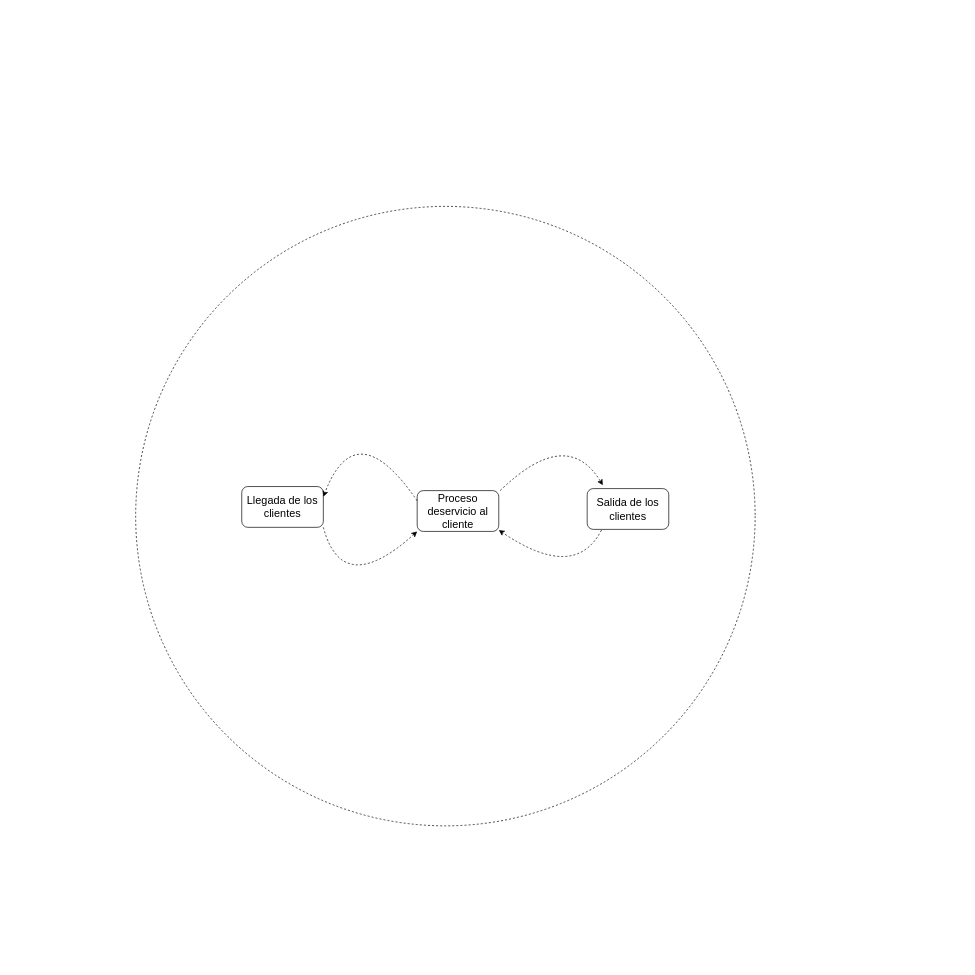
Above: page "Página-2" (2 of 2) of Diagrama sin título.drawio in EstebanGitPro/AdminFinanazas (draw.io), before the change. Source tidied: cells renumbered, new cells numbered last; positions are measured from the earlier drawing's top-left corner, leaving out a move shared by most shapes. Both pictures are drawn from the tidied source at 68%, with x=0, y=0 at pixel (135, 206).
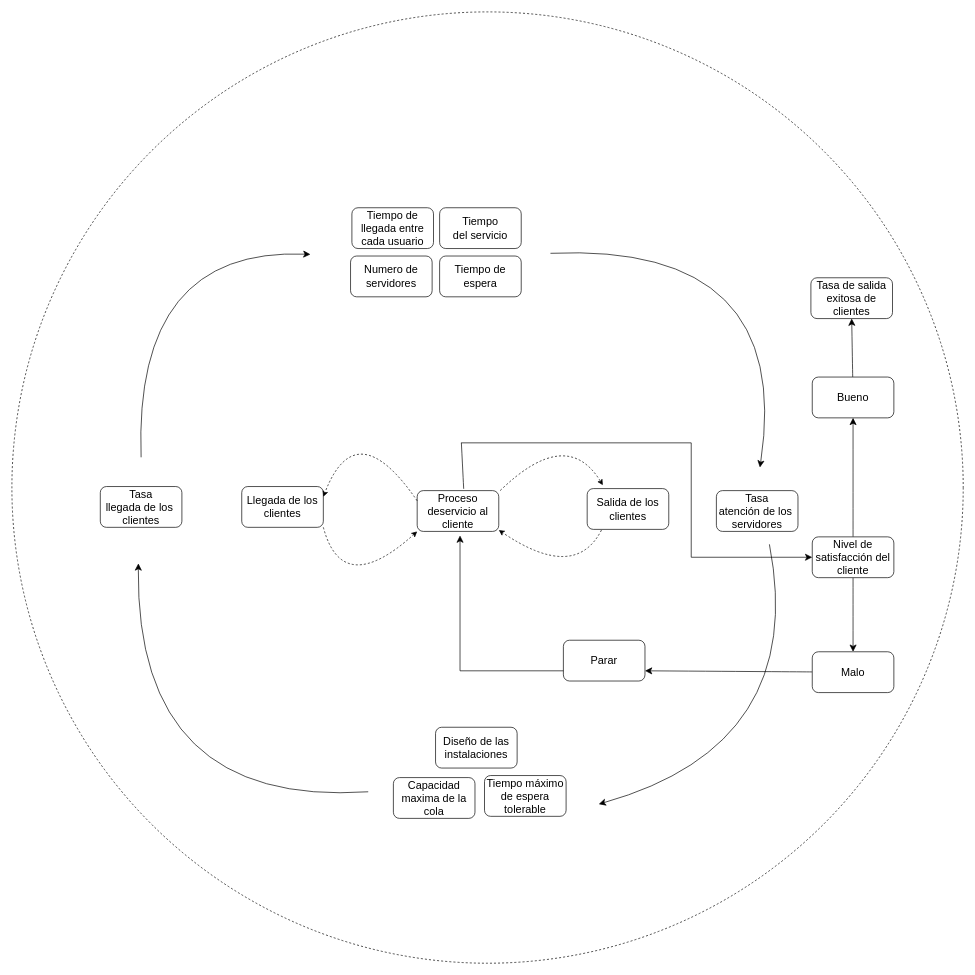
After the change.

Unchanged cells that the change refers to:
```xml
<mxCell id="5" value="Proceso deservicio al cliente" style="rounded=1;whiteSpace=wrap;html=1;fontSize=16;" parent="1" vertex="1">
  <mxGeometry x="414" y="418" width="120" height="60" as="geometry" />
</mxCell>
```

Change to the diagram source:
```diff
@@
+    <mxCell id="10" style="rounded=0;whiteSpace=wrap;html=1;fontSize=16;" parent="1" vertex="1">
+      <mxGeometry x="253" y="23" width="314" height="155" as="geometry" />
+    </mxCell>
     <mxCell id="2" style="ellipse;whiteSpace=wrap;html=1;fontSize=16;dashed=1;" parent="1" vertex="1">
-      <mxGeometry width="911" height="911" as="geometry" />
+      <mxGeometry x="-182" y="-286" width="1399" height="1399" as="geometry" />
     </mxCell>
@@
+    <mxCell id="11" value="Tasa&lt;br&gt;llegada de los&amp;nbsp;&lt;br&gt;clientes" style="rounded=1;whiteSpace=wrap;html=1;fontSize=16;" parent="1" vertex="1">
+      <mxGeometry x="-52" y="412" width="120" height="60" as="geometry" />
+    </mxCell>
+    <mxCell id="12" value="Tasa&lt;br&gt;atención de los&amp;nbsp;&lt;br&gt;servidores" style="rounded=1;whiteSpace=wrap;html=1;fontSize=16;" parent="1" vertex="1">
+      <mxGeometry x="854" y="418" width="120" height="60" as="geometry" />
+    </mxCell>
+    <mxCell id="13" style="endArrow=classic;html=1;rounded=0;fontSize=12;startSize=8;endSize=8;curved=1;" parent="1" edge="1">
+      <mxGeometry relative="1" as="geometry">
+        <mxPoint x="8" y="369" as="sourcePoint" />
+        <mxPoint x="257" y="70.6" as="targetPoint" />
+        <Array as="points">
+          <mxPoint x="-3" y="60" />
+        </Array>
+      </mxGeometry>
+    </mxCell>
+    <mxCell id="14" value="Tiempo de llegada entre cada usuario" style="rounded=1;whiteSpace=wrap;html=1;fontSize=16;" parent="1" vertex="1">
+      <mxGeometry x="318" y="2" width="120" height="60" as="geometry" />
+    </mxCell>
+    <mxCell id="15" value="Tiempo&lt;br&gt;del servicio" style="rounded=1;whiteSpace=wrap;html=1;fontSize=16;" parent="1" vertex="1">
+      <mxGeometry x="447" y="2" width="120" height="60" as="geometry" />
+    </mxCell>
+    <mxCell id="16" value="Tiempo de espera" style="rounded=1;whiteSpace=wrap;html=1;fontSize=16;" parent="1" vertex="1">
+      <mxGeometry x="447" y="73" width="120" height="60" as="geometry" />
+    </mxCell>
+    <mxCell id="17" value="Numero de servidores" style="rounded=1;whiteSpace=wrap;html=1;fontSize=16;" parent="1" vertex="1">
+      <mxGeometry x="316" y="73" width="120" height="60" as="geometry" />
+    </mxCell>
+    <mxCell id="18" value="Capacidad maxima de la cola" style="rounded=1;whiteSpace=wrap;html=1;fontSize=16;" parent="1" vertex="1">
+      <mxGeometry x="379" y="840" width="120" height="60" as="geometry" />
+    </mxCell>
+    <mxCell id="19" style="edgeStyle=none;curved=1;rounded=0;jettySize=auto;html=1;exitX=0.5;exitY=0;exitDx=0;exitDy=0;fontSize=12;startSize=8;endSize=8;" parent="1" edge="1" source="21" target="27">
+      <mxGeometry relative="1" as="geometry" />
+    </mxCell>
+    <mxCell id="20" style="edgeStyle=none;curved=1;rounded=0;jettySize=auto;html=1;exitX=0.5;exitY=1;exitDx=0;exitDy=0;fontSize=12;startSize=8;endSize=8;" parent="1" edge="1" source="21" target="29">
+      <mxGeometry relative="1" as="geometry" />
+    </mxCell>
+    <mxCell id="21" value="Nivel de satisfacción del cliente" style="rounded=1;whiteSpace=wrap;html=1;fontSize=16;" parent="1" vertex="1">
+      <mxGeometry x="995" y="486" width="120" height="60" as="geometry" />
+    </mxCell>
+    <mxCell id="22" style="endArrow=classic;html=1;rounded=0;fontSize=12;startSize=8;endSize=8;curved=1;" parent="1" edge="1">
+      <mxGeometry relative="1" as="geometry">
+        <mxPoint x="610" y="69" as="sourcePoint" />
+        <mxPoint x="918" y="384" as="targetPoint" />
+        <Array as="points">
+          <mxPoint x="968" y="53" />
+        </Array>
+      </mxGeometry>
+    </mxCell>
+    <mxCell id="23" style="endArrow=classic;html=1;rounded=0;fontSize=12;startSize=8;endSize=8;curved=1;" parent="1" edge="1">
+      <mxGeometry relative="1" as="geometry">
+        <mxPoint x="342" y="860.9" as="sourcePoint" />
+        <mxPoint x="4" y="525" as="targetPoint" />
+        <Array as="points">
+          <mxPoint y="884" />
+        </Array>
+      </mxGeometry>
+    </mxCell>
+    <mxCell id="24" value="Diseño de las instalaciones" style="rounded=1;whiteSpace=wrap;html=1;fontSize=16;" parent="1" vertex="1">
+      <mxGeometry x="441" y="766" width="120" height="60" as="geometry" />
+    </mxCell>
+    <mxCell id="25" value="Tiempo máximo de espera tolerable" style="rounded=1;whiteSpace=wrap;html=1;fontSize=16;" parent="1" vertex="1">
+      <mxGeometry x="513" y="837" width="120" height="60" as="geometry" />
+    </mxCell>
+    <mxCell id="26" style="edgeStyle=none;curved=1;rounded=0;jettySize=auto;html=1;entryX=0.5;entryY=1;entryDx=0;entryDy=0;fontSize=12;startSize=8;endSize=8;" parent="1" edge="1" source="27" target="35">
+      <mxGeometry relative="1" as="geometry" />
+    </mxCell>
+    <mxCell id="27" value="Bueno" style="rounded=1;whiteSpace=wrap;html=1;fontSize=16;" parent="1" vertex="1">
+      <mxGeometry x="995" y="251" width="120" height="60" as="geometry" />
+    </mxCell>
+    <mxCell id="28" style="edgeStyle=none;curved=1;rounded=0;jettySize=auto;html=1;entryX=1;entryY=0.75;entryDx=0;entryDy=0;fontSize=12;startSize=8;endSize=8;" parent="1" edge="1" source="29" target="31">
+      <mxGeometry relative="1" as="geometry" />
+    </mxCell>
+    <mxCell id="29" value="Malo" style="rounded=1;whiteSpace=wrap;html=1;fontSize=16;" parent="1" vertex="1">
+      <mxGeometry x="995" y="655" width="120" height="60" as="geometry" />
+    </mxCell>
+    <mxCell id="30" style="endArrow=classic;html=1;rounded=0;fontSize=12;startSize=8;endSize=8;curved=1;entryX=0.5;entryY=0;entryDx=0;entryDy=0;" parent="1" edge="1">
+      <mxGeometry relative="1" as="geometry">
+        <mxPoint x="932" y="497" as="sourcePoint" />
+        <mxPoint x="681" y="879" as="targetPoint" />
+        <Array as="points">
+          <mxPoint x="989" y="792" />
+        </Array>
+      </mxGeometry>
+    </mxCell>
+    <mxCell id="31" value="Parar" style="rounded=1;whiteSpace=wrap;html=1;fontSize=16;" parent="1" vertex="1">
+      <mxGeometry x="629" y="638" width="120" height="60" as="geometry" />
+    </mxCell>
+    <mxCell id="32" style="edgeStyle=segmentEdgeStyle;endArrow=classic;html=1;curved=0;rounded=0;endSize=8;startSize=8;fontSize=12;exitX=0;exitY=0.75;exitDx=0;exitDy=0;" parent="1" edge="1" source="31">
+      <mxGeometry relative="1" as="geometry">
+        <mxPoint x="477" y="484" as="targetPoint" />
+      </mxGeometry>
+    </mxCell>
+    <mxCell id="33" style="edgeStyle=elbowEdgeStyle;elbow=horizontal;endArrow=classic;html=1;curved=0;rounded=0;endSize=8;startSize=8;fontSize=12;entryX=0;entryY=0.5;entryDx=0;entryDy=0;exitX=0.472;exitY=0.453;exitDx=0;exitDy=0;exitPerimeter=0;" parent="1" edge="1" source="2" target="21">
+      <mxGeometry relative="1" as="geometry">
+        <Array as="points">
+          <mxPoint x="817" y="423" />
+        </Array>
+      </mxGeometry>
+    </mxCell>
+    <mxCell id="34" style="endArrow=none;html=1;rounded=0;fontSize=12;startSize=8;endSize=8;curved=1;exitX=0.57;exitY=-0.043;exitDx=0;exitDy=0;exitPerimeter=0;" parent="1" edge="1" source="5">
+      <mxGeometry relative="1" as="geometry">
+        <mxPoint x="479" y="348" as="targetPoint" />
+      </mxGeometry>
+    </mxCell>
+    <mxCell id="35" value="Tasa de salida exitosa de clientes" style="rounded=1;whiteSpace=wrap;html=1;fontSize=16;" parent="1" vertex="1">
+      <mxGeometry x="993" y="105" width="120" height="60" as="geometry" />
+    </mxCell>
```
